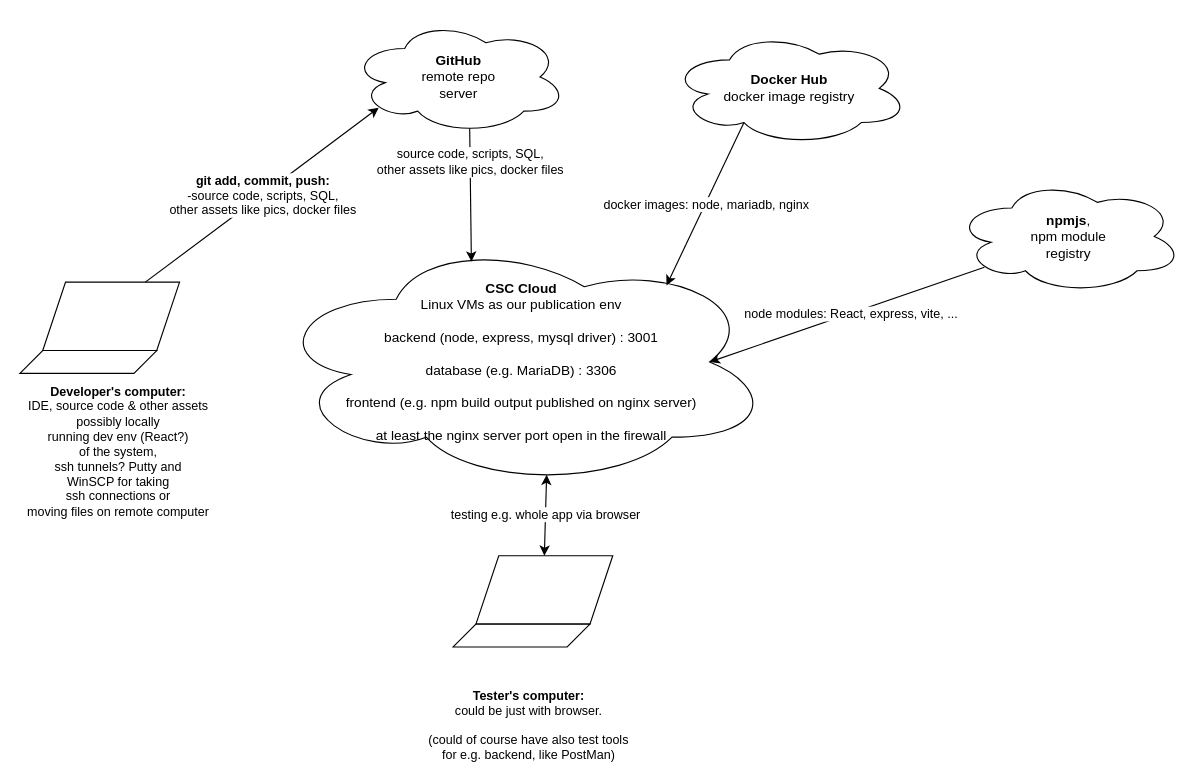
This is 01_docker/BusinessCaseForDockerCompose.drawio from valju/share, a draw.io file, before an edit. Source tidied: cells renumbered, new cells numbered last; positions are measured from the earlier drawing's top-left corner, leaving out a move shared by most shapes. Both pictures are drawn from the tidied source at 114%, with x=0, y=0 at pixel (19, 19).
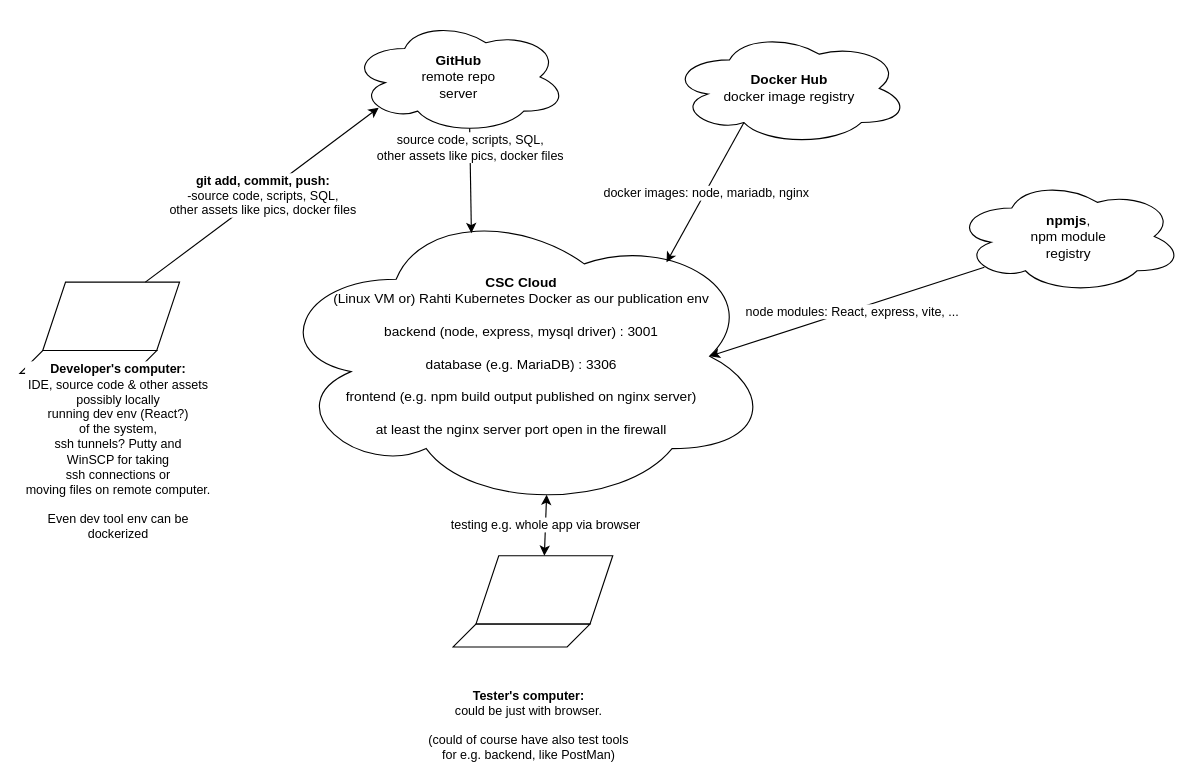
Above is the later version.

Change to the diagram source:
```diff
@@
-    <mxCell id="7" value="&lt;b&gt;CSC Cloud&lt;/b&gt;&lt;br&gt;Linux VMs as our publication env&lt;br&gt;&lt;br&gt;backend (node, express, mysql driver) : 3001&lt;br&gt;&lt;br&gt;database (e.g. MariaDB) : 3306&lt;br&gt;&lt;br&gt;frontend (e.g. npm build output published on nginx server)&lt;br&gt;&lt;br&gt;at least the nginx server port open in the firewall" style="ellipse;shape=cloud;whiteSpace=wrap;html=1;" parent="1" vertex="1">
-      <mxGeometry x="220" y="190" width="440" height="220" as="geometry" />
+    <mxCell id="7" value="&lt;b&gt;CSC Cloud&lt;/b&gt;&lt;br&gt;(Linux VM or) Rahti Kubernetes Docker as our publication env&lt;br&gt;&lt;br&gt;backend (node, express, mysql driver) : 3001&lt;br&gt;&lt;br&gt;database (e.g. MariaDB) : 3306&lt;br&gt;&lt;br&gt;frontend (e.g. npm build output published on nginx server)&lt;br&gt;&lt;br&gt;at least the nginx server port open in the firewall" style="ellipse;shape=cloud;whiteSpace=wrap;html=1;" parent="1" vertex="1">
+      <mxGeometry x="220" y="160" width="440" height="270" as="geometry" />
     </mxCell>
@@
-    <mxCell id="19" value="&lt;b&gt;Developer's computer:&lt;br&gt;&lt;/b&gt;IDE, source code &amp;amp; other assets&lt;br&gt;possibly locally&lt;br&gt;running dev env (React?)&lt;br&gt;of the system,&lt;br&gt;ssh tunnels? Putty and&lt;br&gt;WinSCP for taking&lt;br&gt;ssh connections or&lt;br&gt;moving files on remote computer" style="edgeLabel;html=1;align=center;verticalAlign=middle;spacingTop=0;spacing=12;" parent="1" vertex="1">
+    <mxCell id="19" value="&lt;b&gt;Developer's computer:&lt;br&gt;&lt;/b&gt;IDE, source code &amp;amp; other assets&lt;br&gt;possibly locally&lt;br&gt;running dev env (React?)&lt;br&gt;of the system,&lt;br&gt;ssh tunnels? Putty and&lt;br&gt;WinSCP for taking&lt;br&gt;ssh connections or&lt;br&gt;moving files on remote computer.&lt;br&gt;&lt;br&gt;Even dev tool env can be&lt;div&gt;dockerized&lt;/div&gt;" style="edgeLabel;html=1;align=center;verticalAlign=middle;spacingTop=0;spacing=12;" parent="1" vertex="1">
       <mxGeometry x="80" y="380" as="geometry">
         <mxPoint x="5" y="-2" as="offset" />
       </mxGeometry>
     </mxCell>
```
